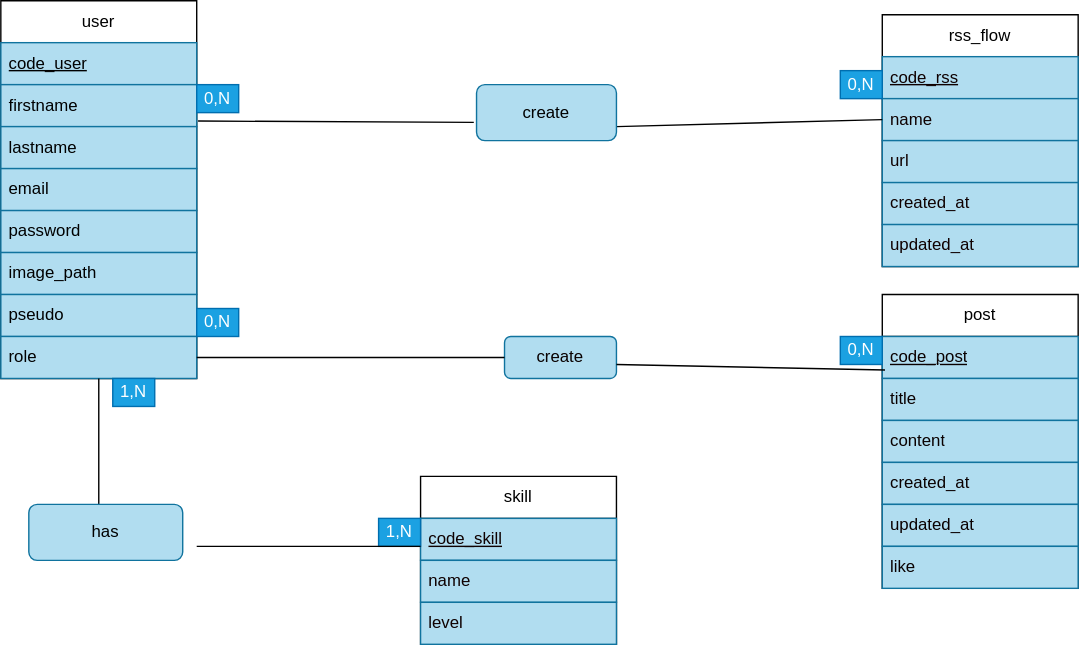
Before: data/MCD/MCD.drawio.svg, a diagram exported from draw.io (TessFanny/devBoard_back). Source tidied: cells renumbered, new cells last; positions are measured from the earlier drawing's top-left corner, leaving out a move shared by most shapes.
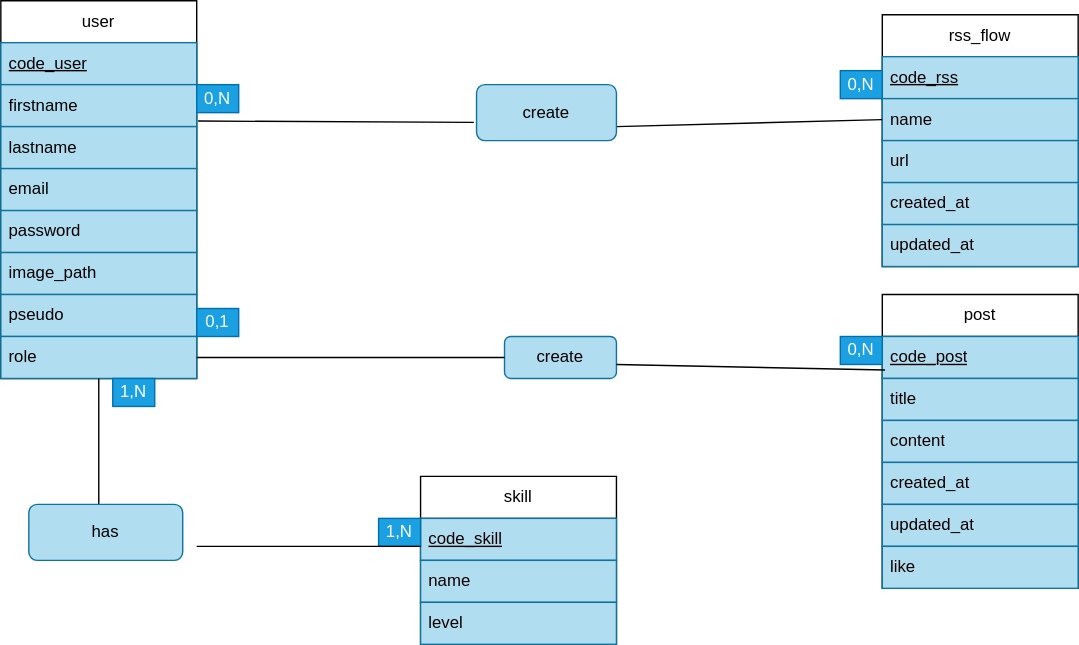
The same diagram one commit later.

What changed in the source:
```diff
@@ -83,7 +83,7 @@
     <mxCell id="28" value="create" style="rounded=1;whiteSpace=wrap;html=1;fillColor=#b1ddf0;strokeColor=#10739e;fontColor=#090101;" parent="1" vertex="1">
       <mxGeometry x="360" y="240" width="80" height="30" as="geometry" />
     </mxCell>
-    <mxCell id="29" value="0,N" style="text;html=1;strokeColor=#006EAF;fillColor=#1ba1e2;align=center;verticalAlign=middle;whiteSpace=wrap;rounded=0;labelBackgroundColor=none;fontColor=#ffffff;" parent="1" vertex="1">
+    <mxCell id="29" value="0,1" style="text;html=1;strokeColor=#006EAF;fillColor=#1ba1e2;align=center;verticalAlign=middle;whiteSpace=wrap;rounded=0;labelBackgroundColor=none;fontColor=#ffffff;" parent="1" vertex="1">
       <mxGeometry x="140" y="220" width="30" height="20" as="geometry" />
     </mxCell>
     <mxCell id="30" value="1,N" style="text;html=1;strokeColor=#006EAF;fillColor=#1ba1e2;align=center;verticalAlign=middle;whiteSpace=wrap;rounded=0;labelBackgroundColor=none;fontColor=#ffffff;" parent="1" vertex="1">
```
